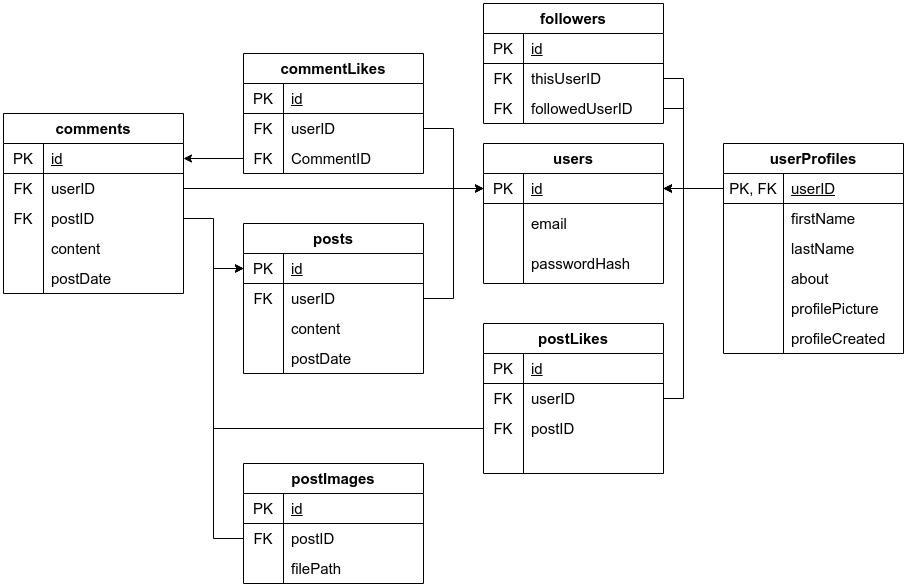
Earlier version of the draw.io export webbutveckling/Databaser/Moment4/relations.png (EliasEriksson/miun). Source tidied: cells renumbered, new cells last; positions are measured from the earlier drawing's top-left corner, leaving out a move shared by most shapes.
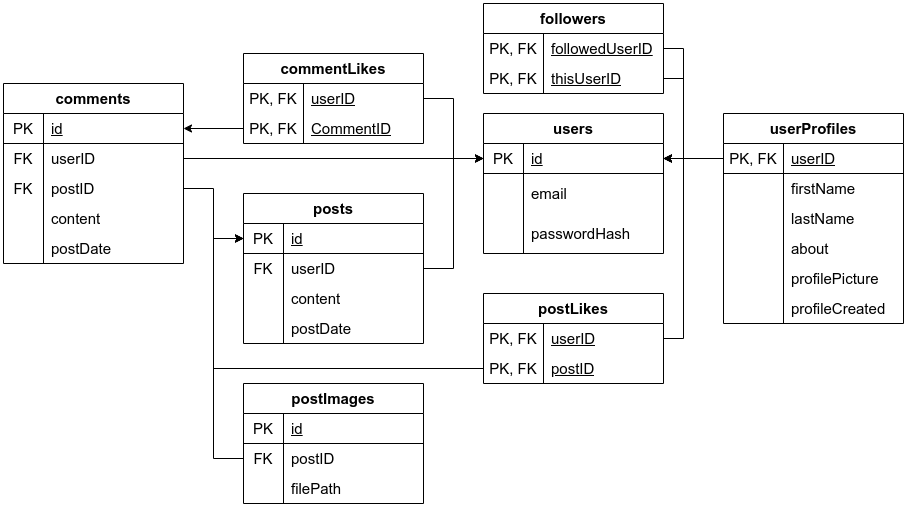
Later version of the same file.

What changed in the source:
```diff
@@ -72,34 +72,25 @@
       <mxGeometry x="40" width="140" height="30" as="geometry" />
     </mxCell>
     <mxCell id="25" value="commentLikes" style="shape=table;html=1;whiteSpace=wrap;startSize=30;rowLines=0;fontStyle=1;align=center;fontSize=15;" parent="1" vertex="1">
-      <mxGeometry x="240" y="50" width="180" height="120" as="geometry" />
+      <mxGeometry x="240" y="80" width="180" height="90" as="geometry" />
     </mxCell>
-    <mxCell id="26" style="shape=partialRectangle;html=1;whiteSpace=wrap;fillColor=none;top=0;left=0;bottom=1;right=0;fontSize=15;" parent="25" vertex="1">
-      <mxGeometry y="30" width="180" height="30" as="geometry" />
-    </mxCell>
-    <mxCell id="27" value="PK" style="shape=partialRectangle;html=1;whiteSpace=wrap;fillColor=none;top=0;left=0;bottom=0;right=0;overflow=hidden;fontSize=15;" parent="26" vertex="1">
-      <mxGeometry width="40" height="30" as="geometry" />
-    </mxCell>
-    <mxCell id="28" value="&lt;u style=&quot;font-size: 15px;&quot;&gt;id&lt;/u&gt;" style="shape=partialRectangle;html=1;whiteSpace=wrap;fillColor=none;top=0;left=0;bottom=0;right=0;align=left;spacingLeft=6;overflow=hidden;fontSize=15;" parent="26" vertex="1">
-      <mxGeometry x="40" width="140" height="30" as="geometry" />
-    </mxCell>
     <mxCell id="29" style="shape=partialRectangle;html=1;whiteSpace=wrap;fillColor=none;top=0;left=0;bottom=0;right=0;points=[[0,0.5],[1,0.5]];portConstraint=eastwest;fontSize=15;" parent="25" vertex="1">
-      <mxGeometry y="60" width="180" height="30" as="geometry" />
+      <mxGeometry y="30" width="180" height="30" as="geometry" />
     </mxCell>
-    <mxCell id="30" value="FK" style="shape=partialRectangle;html=1;whiteSpace=wrap;fillColor=none;top=0;left=0;bottom=0;right=0;overflow=hidden;fontSize=15;" parent="29" vertex="1">
-      <mxGeometry width="40" height="30" as="geometry" />
+    <mxCell id="30" value="PK, FK" style="shape=partialRectangle;html=1;whiteSpace=wrap;fillColor=none;top=0;left=0;bottom=0;right=0;overflow=hidden;fontSize=15;" parent="29" vertex="1">
+      <mxGeometry width="60" height="30" as="geometry" />
     </mxCell>
-    <mxCell id="31" value="userID" style="shape=partialRectangle;html=1;whiteSpace=wrap;fillColor=none;top=0;left=0;bottom=0;right=0;align=left;spacingLeft=6;overflow=hidden;fontSize=15;" parent="29" vertex="1">
-      <mxGeometry x="40" width="140" height="30" as="geometry" />
+    <mxCell id="31" value="&lt;u&gt;userID&lt;/u&gt;" style="shape=partialRectangle;html=1;whiteSpace=wrap;fillColor=none;top=0;left=0;bottom=0;right=0;align=left;spacingLeft=6;overflow=hidden;fontSize=15;" parent="29" vertex="1">
+      <mxGeometry x="60" width="120" height="30" as="geometry" />
     </mxCell>
     <mxCell id="32" style="shape=partialRectangle;html=1;whiteSpace=wrap;fillColor=none;top=0;left=0;bottom=0;right=0;points=[[0,0.5],[1,0.5]];portConstraint=eastwest;fontSize=15;" parent="25" vertex="1">
-      <mxGeometry y="90" width="180" height="30" as="geometry" />
+      <mxGeometry y="60" width="180" height="30" as="geometry" />
     </mxCell>
-    <mxCell id="33" value="FK" style="shape=partialRectangle;html=1;whiteSpace=wrap;fillColor=none;top=0;left=0;bottom=0;right=0;overflow=hidden;fontSize=15;" parent="32" vertex="1">
-      <mxGeometry width="40" height="30" as="geometry" />
+    <mxCell id="33" value="PK, FK" style="shape=partialRectangle;html=1;whiteSpace=wrap;fillColor=none;top=0;left=0;bottom=0;right=0;overflow=hidden;fontSize=15;" parent="32" vertex="1">
+      <mxGeometry width="60" height="30" as="geometry" />
     </mxCell>
-    <mxCell id="34" value="CommentID" style="shape=partialRectangle;html=1;whiteSpace=wrap;fillColor=none;top=0;left=0;bottom=0;right=0;align=left;spacingLeft=6;overflow=hidden;fontSize=15;" parent="32" vertex="1">
-      <mxGeometry x="40" width="140" height="30" as="geometry" />
+    <mxCell id="34" value="&lt;u&gt;CommentID&lt;/u&gt;" style="shape=partialRectangle;html=1;whiteSpace=wrap;fillColor=none;top=0;left=0;bottom=0;right=0;align=left;spacingLeft=6;overflow=hidden;fontSize=15;" parent="32" vertex="1">
+      <mxGeometry x="60" width="120" height="30" as="geometry" />
     </mxCell>
     <mxCell id="35" value="userProfiles" style="shape=table;html=1;whiteSpace=wrap;startSize=30;rowLines=0;fontStyle=1;align=center;fontSize=15;" parent="1" vertex="1">
       <mxGeometry x="720" y="140" width="180" height="210" as="geometry" />
@@ -206,68 +197,58 @@
     <mxCell id="69" value="postDate" style="shape=partialRectangle;html=1;whiteSpace=wrap;fillColor=none;top=0;left=0;bottom=0;right=0;align=left;spacingLeft=6;overflow=hidden;fontSize=15;" parent="67" vertex="1">
       <mxGeometry x="40" width="140" height="30" as="geometry" />
     </mxCell>
+    <mxCell id="111" style="edgeStyle=orthogonalEdgeStyle;rounded=0;jettySize=auto;html=1;entryX=1;entryY=0.5;entryDx=0;entryDy=0;" parent="1" edge="1" source="70" target="3">
+      <mxGeometry relative="1" as="geometry">
+        <Array as="points">
+          <mxPoint x="680" y="365" />
+          <mxPoint x="680" y="185" />
+        </Array>
+      </mxGeometry>
+    </mxCell>
     <mxCell id="70" value="postLikes" style="shape=table;html=1;whiteSpace=wrap;startSize=30;rowLines=0;fontStyle=1;align=center;fontSize=15;" parent="1" vertex="1">
-      <mxGeometry x="480" y="320" width="180" height="150" as="geometry" />
+      <mxGeometry x="480" y="320" width="180" height="90" as="geometry" />
     </mxCell>
-    <mxCell id="71" style="shape=partialRectangle;html=1;whiteSpace=wrap;fillColor=none;top=0;left=0;bottom=1;right=0;fontSize=15;" parent="70" vertex="1">
-      <mxGeometry y="30" width="180" height="30" as="geometry" />
-    </mxCell>
-    <mxCell id="72" value="PK" style="shape=partialRectangle;html=1;whiteSpace=wrap;fillColor=none;top=0;left=0;bottom=0;right=0;overflow=hidden;fontSize=15;" parent="71" vertex="1">
-      <mxGeometry width="40" height="30" as="geometry" />
-    </mxCell>
-    <mxCell id="73" value="&lt;u style=&quot;font-size: 15px;&quot;&gt;id&lt;/u&gt;" style="shape=partialRectangle;html=1;whiteSpace=wrap;fillColor=none;top=0;left=0;bottom=0;right=0;align=left;spacingLeft=6;overflow=hidden;fontSize=15;" parent="71" vertex="1">
-      <mxGeometry x="40" width="140" height="30" as="geometry" />
-    </mxCell>
     <mxCell id="74" style="shape=partialRectangle;html=1;whiteSpace=wrap;fillColor=none;top=0;left=0;bottom=0;right=0;points=[[0,0.5],[1,0.5]];portConstraint=eastwest;fontSize=15;" parent="70" vertex="1">
-      <mxGeometry y="60" width="180" height="30" as="geometry" />
+      <mxGeometry y="30" width="180" height="30" as="geometry" />
     </mxCell>
-    <mxCell id="75" value="FK" style="shape=partialRectangle;html=1;whiteSpace=wrap;fillColor=none;top=0;left=0;bottom=0;right=0;overflow=hidden;fontSize=15;" parent="74" vertex="1">
-      <mxGeometry width="40" height="30" as="geometry" />
+    <mxCell id="75" value="PK, FK" style="shape=partialRectangle;html=1;whiteSpace=wrap;fillColor=none;top=0;left=0;bottom=0;right=0;overflow=hidden;fontSize=15;" parent="74" vertex="1">
+      <mxGeometry width="60" height="30" as="geometry" />
     </mxCell>
-    <mxCell id="76" value="userID" style="shape=partialRectangle;html=1;whiteSpace=wrap;fillColor=none;top=0;left=0;bottom=0;right=0;align=left;spacingLeft=6;overflow=hidden;fontSize=15;" parent="74" vertex="1">
-      <mxGeometry x="40" width="140" height="30" as="geometry" />
+    <mxCell id="76" value="&lt;u&gt;userID&lt;/u&gt;" style="shape=partialRectangle;html=1;whiteSpace=wrap;fillColor=none;top=0;left=0;bottom=0;right=0;align=left;spacingLeft=6;overflow=hidden;fontSize=15;" parent="74" vertex="1">
+      <mxGeometry x="60" width="120" height="30" as="geometry" />
     </mxCell>
     <mxCell id="77" style="shape=partialRectangle;html=1;whiteSpace=wrap;fillColor=none;top=0;left=0;bottom=0;right=0;points=[[0,0.5],[1,0.5]];portConstraint=eastwest;fontSize=15;" parent="70" vertex="1">
-      <mxGeometry y="90" width="180" height="30" as="geometry" />
+      <mxGeometry y="60" width="180" height="30" as="geometry" />
     </mxCell>
-    <mxCell id="78" value="FK" style="shape=partialRectangle;html=1;whiteSpace=wrap;fillColor=none;top=0;left=0;bottom=0;right=0;overflow=hidden;fontSize=15;" parent="77" vertex="1">
-      <mxGeometry width="40" height="30" as="geometry" />
+    <mxCell id="78" value="PK, FK" style="shape=partialRectangle;html=1;whiteSpace=wrap;fillColor=none;top=0;left=0;bottom=0;right=0;overflow=hidden;fontSize=15;" parent="77" vertex="1">
+      <mxGeometry width="60" height="30" as="geometry" />
     </mxCell>
-    <mxCell id="79" value="postID" style="shape=partialRectangle;html=1;whiteSpace=wrap;fillColor=none;top=0;left=0;bottom=0;right=0;align=left;spacingLeft=6;overflow=hidden;fontSize=15;" parent="77" vertex="1">
-      <mxGeometry x="40" width="140" height="30" as="geometry" />
+    <mxCell id="79" value="&lt;u&gt;postID&lt;/u&gt;" style="shape=partialRectangle;html=1;whiteSpace=wrap;fillColor=none;top=0;left=0;bottom=0;right=0;align=left;spacingLeft=6;overflow=hidden;fontSize=15;" parent="77" vertex="1">
+      <mxGeometry x="60" width="120" height="30" as="geometry" />
     </mxCell>
     <mxCell id="80" value="followers" style="shape=table;html=1;whiteSpace=wrap;startSize=30;rowLines=0;fontStyle=1;align=center;fontSize=15;" parent="1" vertex="1">
-      <mxGeometry x="480" width="180" height="120" as="geometry" />
+      <mxGeometry x="480" y="30" width="180" height="90" as="geometry" />
     </mxCell>
-    <mxCell id="81" style="shape=partialRectangle;html=1;whiteSpace=wrap;fillColor=none;top=0;left=0;bottom=1;right=0;fontSize=15;" parent="80" vertex="1">
-      <mxGeometry y="30" width="180" height="30" as="geometry" />
-    </mxCell>
-    <mxCell id="82" value="PK" style="shape=partialRectangle;html=1;whiteSpace=wrap;fillColor=none;top=0;left=0;bottom=0;right=0;overflow=hidden;fontSize=15;" parent="81" vertex="1">
-      <mxGeometry width="40" height="30" as="geometry" />
-    </mxCell>
-    <mxCell id="83" value="&lt;u style=&quot;font-size: 15px;&quot;&gt;id&lt;/u&gt;" style="shape=partialRectangle;html=1;whiteSpace=wrap;fillColor=none;top=0;left=0;bottom=0;right=0;align=left;spacingLeft=6;overflow=hidden;fontSize=15;" parent="81" vertex="1">
-      <mxGeometry x="40" width="140" height="30" as="geometry" />
-    </mxCell>
+    <mxCell id="87" style="shape=partialRectangle;html=1;whiteSpace=wrap;fillColor=none;top=0;left=0;bottom=0;right=0;points=[[0,0.5],[1,0.5]];portConstraint=eastwest;fontSize=15;" parent="80" vertex="1">
+      <mxGeometry y="30" width="180" height="30" as="geometry" />
+    </mxCell>
+    <mxCell id="88" value="PK, FK" style="shape=partialRectangle;html=1;whiteSpace=wrap;fillColor=none;top=0;left=0;bottom=0;right=0;overflow=hidden;fontSize=15;" parent="87" vertex="1">
+      <mxGeometry width="60" height="30" as="geometry" />
+    </mxCell>
+    <mxCell id="89" value="&lt;u&gt;followedUserID&lt;/u&gt;" style="shape=partialRectangle;html=1;whiteSpace=wrap;fillColor=none;top=0;left=0;bottom=0;right=0;align=left;spacingLeft=6;overflow=hidden;fontSize=15;" parent="87" vertex="1">
+      <mxGeometry x="60" width="120" height="30" as="geometry" />
+    </mxCell>
     <mxCell id="84" style="shape=partialRectangle;html=1;whiteSpace=wrap;fillColor=none;top=0;left=0;bottom=0;right=0;points=[[0,0.5],[1,0.5]];portConstraint=eastwest;fontSize=15;" parent="80" vertex="1">
       <mxGeometry y="60" width="180" height="30" as="geometry" />
     </mxCell>
-    <mxCell id="85" value="FK" style="shape=partialRectangle;html=1;whiteSpace=wrap;fillColor=none;top=0;left=0;bottom=0;right=0;overflow=hidden;fontSize=15;" parent="84" vertex="1">
-      <mxGeometry width="40" height="30" as="geometry" />
+    <mxCell id="85" value="PK, FK" style="shape=partialRectangle;html=1;whiteSpace=wrap;fillColor=none;top=0;left=0;bottom=0;right=0;overflow=hidden;fontSize=15;" parent="84" vertex="1">
+      <mxGeometry width="60" height="30" as="geometry" />
     </mxCell>
-    <mxCell id="86" value="thisUserID" style="shape=partialRectangle;html=1;whiteSpace=wrap;fillColor=none;top=0;left=0;bottom=0;right=0;align=left;spacingLeft=6;overflow=hidden;fontSize=15;" parent="84" vertex="1">
-      <mxGeometry x="40" width="140" height="30" as="geometry" />
+    <mxCell id="86" value="&lt;u&gt;thisUserID&lt;/u&gt;" style="shape=partialRectangle;html=1;whiteSpace=wrap;fillColor=none;top=0;left=0;bottom=0;right=0;align=left;spacingLeft=6;overflow=hidden;fontSize=15;" parent="84" vertex="1">
+      <mxGeometry x="60" width="120" height="30" as="geometry" />
     </mxCell>
-    <mxCell id="87" style="shape=partialRectangle;html=1;whiteSpace=wrap;fillColor=none;top=0;left=0;bottom=0;right=0;points=[[0,0.5],[1,0.5]];portConstraint=eastwest;fontSize=15;" parent="80" vertex="1">
-      <mxGeometry y="90" width="180" height="30" as="geometry" />
-    </mxCell>
-    <mxCell id="88" value="FK" style="shape=partialRectangle;html=1;whiteSpace=wrap;fillColor=none;top=0;left=0;bottom=0;right=0;overflow=hidden;fontSize=15;" parent="87" vertex="1">
-      <mxGeometry width="40" height="30" as="geometry" />
-    </mxCell>
-    <mxCell id="89" value="followedUserID" style="shape=partialRectangle;html=1;whiteSpace=wrap;fillColor=none;top=0;left=0;bottom=0;right=0;align=left;spacingLeft=6;overflow=hidden;fontSize=15;" parent="87" vertex="1">
-      <mxGeometry x="40" width="140" height="30" as="geometry" />
-    </mxCell>
     <mxCell id="90" value="postImages" style="shape=table;html=1;whiteSpace=wrap;startSize=30;rowLines=0;fontStyle=1;align=center;fontSize=15;" parent="1" vertex="1">
-      <mxGeometry x="240" y="460" width="180" height="120" as="geometry" />
+      <mxGeometry x="240" y="410" width="180" height="120" as="geometry" />
     </mxCell>
     <mxCell id="91" style="shape=partialRectangle;html=1;whiteSpace=wrap;fillColor=none;top=0;left=0;bottom=1;right=0;fontSize=15;" parent="90" vertex="1">
       <mxGeometry y="30" width="180" height="30" as="geometry" />
@@ -317,42 +298,34 @@
     <mxCell id="106" style="edgeStyle=orthogonalEdgeStyle;rounded=0;jettySize=auto;html=1;entryX=0;entryY=0.5;entryDx=0;entryDy=0;fontSize=15;" parent="1" edge="1" source="94" target="13">
       <mxGeometry relative="1" as="geometry">
         <Array as="points">
-          <mxPoint x="210" y="535" />
+          <mxPoint x="210" y="485" />
           <mxPoint x="210" y="265" />
         </Array>
       </mxGeometry>
     </mxCell>
+    <mxCell id="110" style="edgeStyle=orthogonalEdgeStyle;rounded=0;jettySize=auto;html=1;entryX=1;entryY=0.5;entryDx=0;entryDy=0;" parent="1" edge="1" source="84" target="3">
+      <mxGeometry relative="1" as="geometry">
+        <Array as="points">
+          <mxPoint x="680" y="105" />
+          <mxPoint x="680" y="185" />
+        </Array>
+      </mxGeometry>
+    </mxCell>
+    <mxCell id="109" style="edgeStyle=orthogonalEdgeStyle;rounded=0;jettySize=auto;html=1;entryX=1;entryY=0.5;entryDx=0;entryDy=0;" parent="1" edge="1" source="87" target="3">
+      <mxGeometry relative="1" as="geometry">
+        <Array as="points">
+          <mxPoint x="680" y="75" />
+          <mxPoint x="680" y="185" />
+        </Array>
+      </mxGeometry>
+    </mxCell>
-    <mxCell id="107" style="edgeStyle=orthogonalEdgeStyle;rounded=0;jettySize=auto;html=1;entryX=0;entryY=0.5;entryDx=0;entryDy=0;fontSize=15;" parent="1" edge="1" source="77" target="13">
+    <mxCell id="107" style="edgeStyle=orthogonalEdgeStyle;rounded=0;jettySize=auto;html=1;entryX=0;entryY=0.5;entryDx=0;entryDy=0;" parent="1" edge="1" source="77" target="13">
       <mxGeometry relative="1" as="geometry">
         <Array as="points">
-          <mxPoint x="210" y="425" />
+          <mxPoint x="210" y="395" />
           <mxPoint x="210" y="265" />
         </Array>
       </mxGeometry>
     </mxCell>
-    <mxCell id="108" style="edgeStyle=orthogonalEdgeStyle;rounded=0;jettySize=auto;html=1;entryX=1;entryY=0.5;entryDx=0;entryDy=0;fontSize=15;" parent="1" edge="1" source="74" target="3">
-      <mxGeometry relative="1" as="geometry">
-        <Array as="points">
-          <mxPoint x="680" y="395" />
-          <mxPoint x="680" y="185" />
-        </Array>
-      </mxGeometry>
-    </mxCell>
-    <mxCell id="109" style="edgeStyle=orthogonalEdgeStyle;rounded=0;jettySize=auto;html=1;entryX=1;entryY=0.5;entryDx=0;entryDy=0;fontSize=15;" parent="1" edge="1" source="87" target="3">
-      <mxGeometry relative="1" as="geometry">
-        <Array as="points">
-          <mxPoint x="680" y="105" />
-          <mxPoint x="680" y="185" />
-        </Array>
-      </mxGeometry>
-    </mxCell>
-    <mxCell id="110" style="edgeStyle=orthogonalEdgeStyle;rounded=0;jettySize=auto;html=1;entryX=1;entryY=0.5;entryDx=0;entryDy=0;fontSize=15;" parent="1" edge="1" source="84" target="3">
-      <mxGeometry relative="1" as="geometry">
-        <Array as="points">
-          <mxPoint x="680" y="75" />
-          <mxPoint x="680" y="185" />
-        </Array>
-      </mxGeometry>
-    </mxCell>
   </root>
 </mxGraphModel>
```
